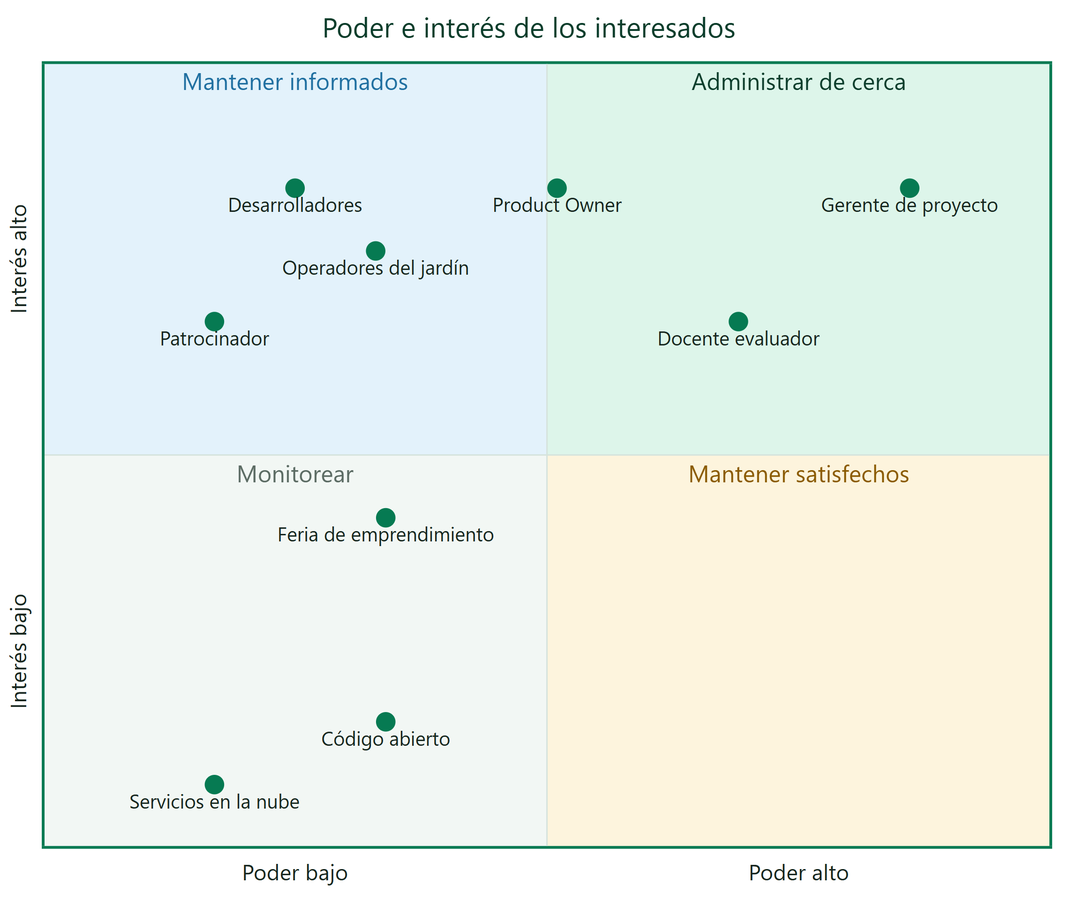
This is docs/diagrams/SmartPot_20_Stakeholder_Map.png from SmartPotTech/.github, a Mermaid export, as it was before one commit. Its source is kept beside it as docs/diagrams/SmartPot_20_Stakeholder_Map.mmd. Its diagram source:
```mermaid
%%{init: {"theme": "base", "fontFamily": "Segoe UI, Arial, sans-serif", "themeVariables": {"fontFamily": "Segoe UI, Arial, sans-serif", "fontSize": "15px", "primaryColor": "#DDF5EA", "primaryTextColor": "#17261F", "primaryBorderColor": "#067A52", "secondaryColor": "#E3F2FB", "secondaryTextColor": "#17261F", "secondaryBorderColor": "#1F6FA0", "tertiaryColor": "#F2F7F4", "tertiaryTextColor": "#17261F", "tertiaryBorderColor": "#D5E3DC", "lineColor": "#5B6B63", "textColor": "#17261F", "mainBkg": "#DDF5EA", "nodeBorder": "#067A52", "clusterBkg": "#F7FAF8", "clusterBorder": "#D5E3DC", "edgeLabelBackground": "#FFFFFF", "actorBkg": "#067A52", "actorBorder": "#0B3D2B", "actorTextColor": "#FFFFFF", "actorLineColor": "#5B6B63", "signalColor": "#17261F", "signalTextColor": "#17261F", "labelBoxBkgColor": "#0B3D2B", "labelBoxBorderColor": "#0B3D2B", "labelTextColor": "#FFFFFF", "loopTextColor": "#0B3D2B", "noteBkgColor": "#FDF4DD", "noteBorderColor": "#C98D12", "noteTextColor": "#17261F", "activationBkgColor": "#DDF5EA", "activationBorderColor": "#067A52", "attributeBackgroundColorOdd": "#FFFFFF", "attributeBackgroundColorEven": "#F2F7F4", "quadrant1Fill": "#DDF5EA", "quadrant2Fill": "#E3F2FB", "quadrant3Fill": "#F2F7F4", "quadrant4Fill": "#FDF4DD", "quadrant1TextFill": "#0B3D2B", "quadrant2TextFill": "#1F6FA0", "quadrant3TextFill": "#5B6B63", "quadrant4TextFill": "#8A5A00", "quadrantPointFill": "#067A52", "quadrantPointTextFill": "#17261F", "quadrantXAxisTextFill": "#17261F", "quadrantYAxisTextFill": "#17261F", "quadrantTitleFill": "#0B3D2B", "quadrantInternalBorderStrokeFill": "#D5E3DC", "quadrantExternalBorderStrokeFill": "#067A52"}, "quadrantChart": {"chartWidth": 760, "chartHeight": 640, "pointLabelFontSize": 14, "quadrantLabelFontSize": 17, "titleFontSize": 20, "pointRadius": 7}}}%%
quadrantChart
  title Poder e interés de los interesados
  x-axis Poder bajo --> Poder alto
  y-axis Interés bajo --> Interés alto
  quadrant-1 Administrar de cerca
  quadrant-2 Mantener informados
  quadrant-3 Monitorear
  quadrant-4 Mantener satisfechos
  Gerente de proyecto: [0.86, 0.84]
  Docente evaluador: [0.69, 0.67]
  Product Owner: [0.51, 0.84]
  Desarrolladores: [0.25, 0.84]
  Operadores del jardín: [0.33, 0.76]
  Patrocinador: [0.17, 0.67]
  Feria de emprendimiento: [0.34, 0.42]
  Código abierto: [0.34, 0.16]
  Servicios en la nube: [0.17, 0.08]
```
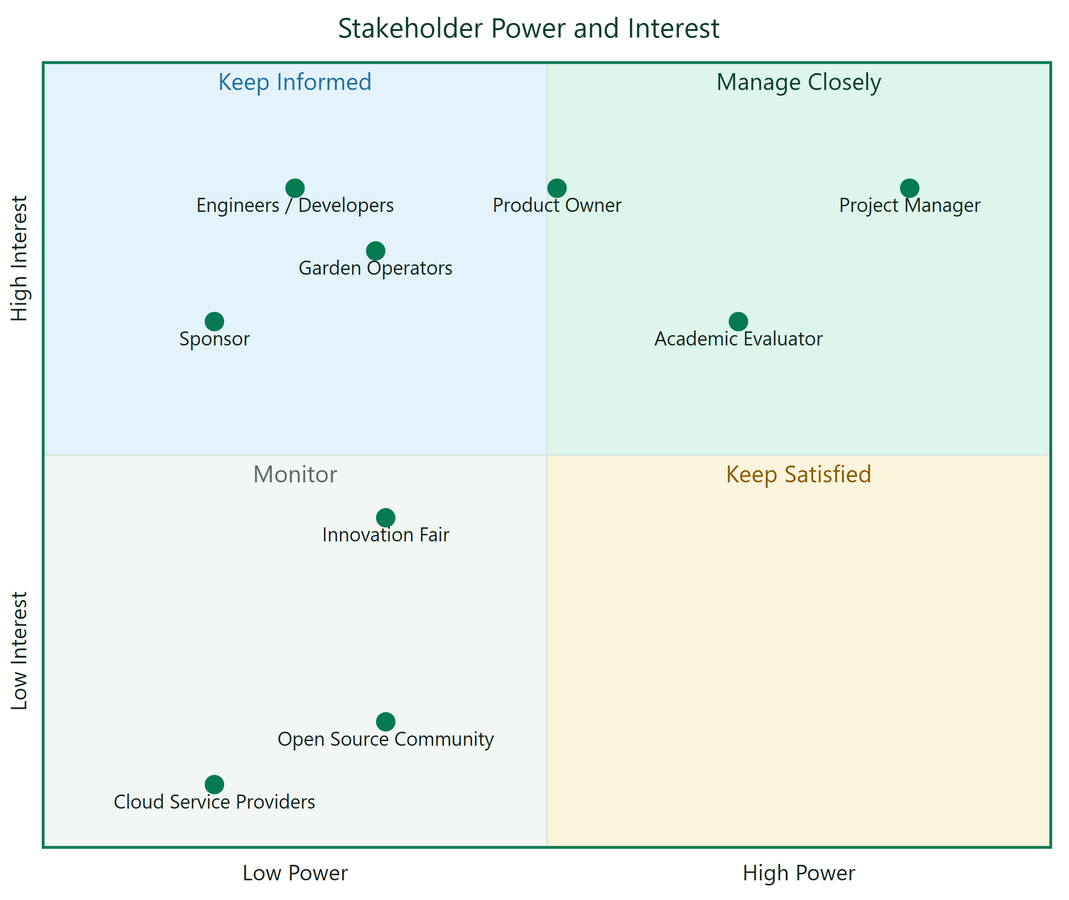
After the commit.

The edit, as a diff of the source:
```diff
@@ -1,18 +1,18 @@
 %%{init: {"theme": "base", "fontFamily": "Segoe UI, Arial, sans-serif", "themeVariables": {"fontFamily": "Segoe UI, Arial, sans-serif", "fontSize": "15px", "primaryColor": "#DDF5EA", "primaryTextColor": "#17261F", "primaryBorderColor": "#067A52", "secondaryColor": "#E3F2FB", "secondaryTextColor": "#17261F", "secondaryBorderColor": "#1F6FA0", "tertiaryColor": "#F2F7F4", "tertiaryTextColor": "#17261F", "tertiaryBorderColor": "#D5E3DC", "lineColor": "#5B6B63", "textColor": "#17261F", "mainBkg": "#DDF5EA", "nodeBorder": "#067A52", "clusterBkg": "#F7FAF8", "clusterBorder": "#D5E3DC", "edgeLabelBackground": "#FFFFFF", "actorBkg": "#067A52", "actorBorder": "#0B3D2B", "actorTextColor": "#FFFFFF", "actorLineColor": "#5B6B63", "signalColor": "#17261F", "signalTextColor": "#17261F", "labelBoxBkgColor": "#0B3D2B", "labelBoxBorderColor": "#0B3D2B", "labelTextColor": "#FFFFFF", "loopTextColor": "#0B3D2B", "noteBkgColor": "#FDF4DD", "noteBorderColor": "#C98D12", "noteTextColor": "#17261F", "activationBkgColor": "#DDF5EA", "activationBorderColor": "#067A52", "attributeBackgroundColorOdd": "#FFFFFF", "attributeBackgroundColorEven": "#F2F7F4", "quadrant1Fill": "#DDF5EA", "quadrant2Fill": "#E3F2FB", "quadrant3Fill": "#F2F7F4", "quadrant4Fill": "#FDF4DD", "quadrant1TextFill": "#0B3D2B", "quadrant2TextFill": "#1F6FA0", "quadrant3TextFill": "#5B6B63", "quadrant4TextFill": "#8A5A00", "quadrantPointFill": "#067A52", "quadrantPointTextFill": "#17261F", "quadrantXAxisTextFill": "#17261F", "quadrantYAxisTextFill": "#17261F", "quadrantTitleFill": "#0B3D2B", "quadrantInternalBorderStrokeFill": "#D5E3DC", "quadrantExternalBorderStrokeFill": "#067A52"}, "quadrantChart": {"chartWidth": 760, "chartHeight": 640, "pointLabelFontSize": 14, "quadrantLabelFontSize": 17, "titleFontSize": 20, "pointRadius": 7}}}%%
 quadrantChart
-  title Poder e interés de los interesados
-  x-axis Poder bajo --> Poder alto
-  y-axis Interés bajo --> Interés alto
-  quadrant-1 Administrar de cerca
-  quadrant-2 Mantener informados
-  quadrant-3 Monitorear
-  quadrant-4 Mantener satisfechos
-  Gerente de proyecto: [0.86, 0.84]
-  Docente evaluador: [0.69, 0.67]
+  title Stakeholder Power and Interest
+  x-axis Low Power --> High Power
+  y-axis Low Interest --> High Interest
+  quadrant-1 Manage Closely
+  quadrant-2 Keep Informed
+  quadrant-3 Monitor
+  quadrant-4 Keep Satisfied
+  Project Manager: [0.86, 0.84]
+  Academic Evaluator: [0.69, 0.67]
   Product Owner: [0.51, 0.84]
-  Desarrolladores: [0.25, 0.84]
-  Operadores del jardín: [0.33, 0.76]
-  Patrocinador: [0.17, 0.67]
-  Feria de emprendimiento: [0.34, 0.42]
-  Código abierto: [0.34, 0.16]
-  Servicios en la nube: [0.17, 0.08]
+  Engineers / Developers: [0.25, 0.84]
+  Garden Operators: [0.33, 0.76]
+  Sponsor: [0.17, 0.67]
+  Innovation Fair: [0.34, 0.42]
+  Open Source Community: [0.34, 0.16]
+  Cloud Service Providers: [0.17, 0.08]
```
